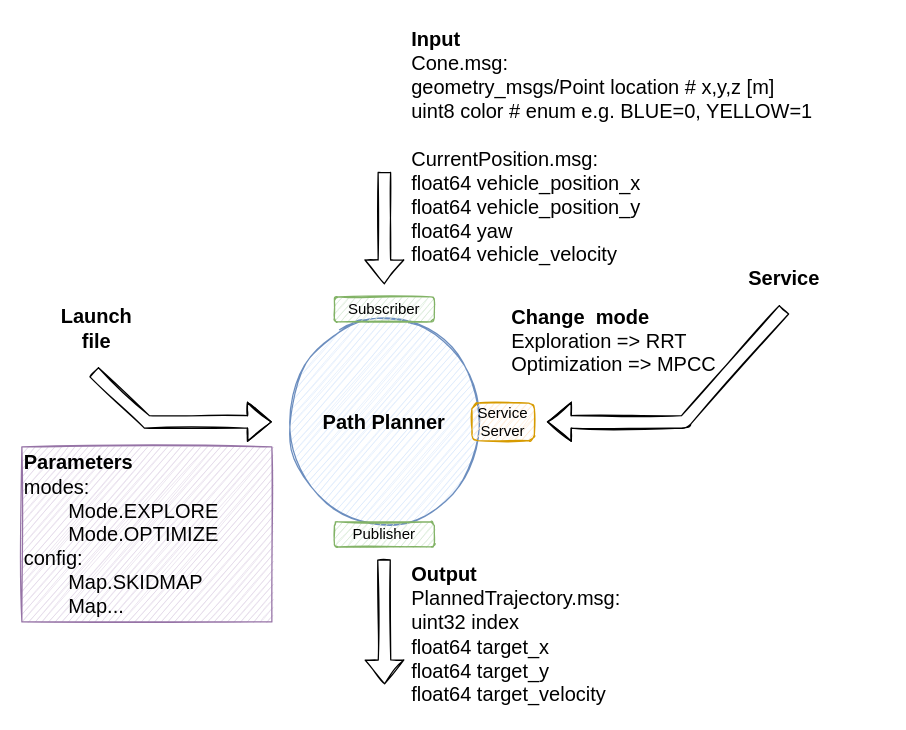
Above: ressources/figures/Path_Planning_ROS_Architecture_Draft.drawio in Beomar97/path-planning-docs (draw.io), before the change. Source tidied: cells renumbered, new cells numbered last; positions are measured from the earlier drawing's top-left corner, leaving out a move shared by most shapes. Both pictures are drawn from the tidied source at 125%, with x=0, y=0 at pixel (21, 21).
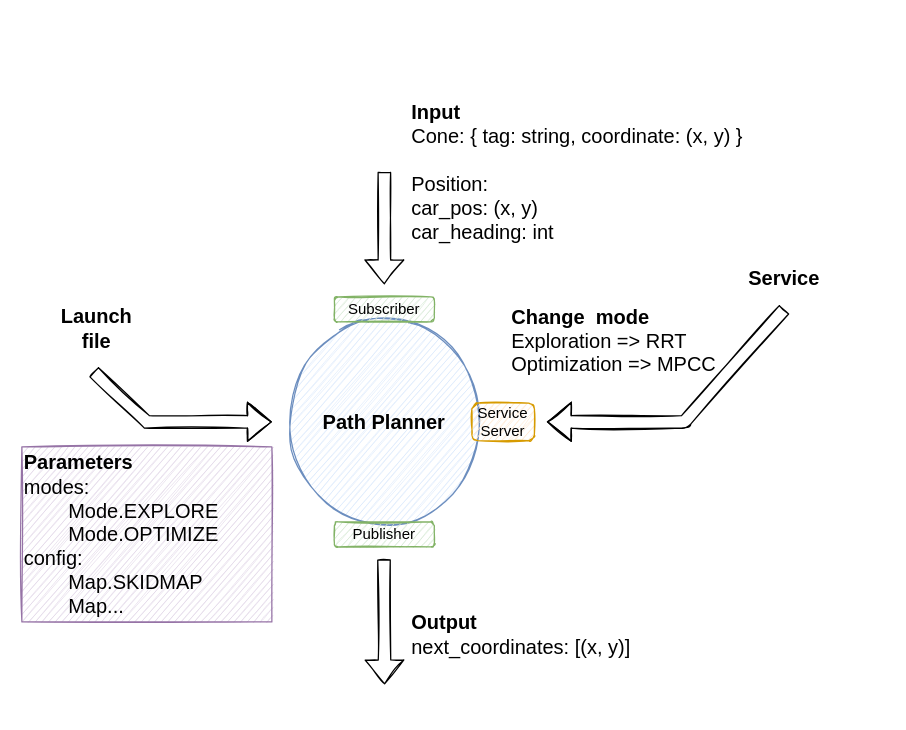
Above is the later version.

The edit, as a diff of the source:
```diff
@@
-    <mxCell id="8" value="&lt;b style=&quot;font-size: 16px&quot;&gt;Input&lt;/b&gt;&lt;br style=&quot;font-size: 16px&quot;&gt;Cone.msg:&lt;br&gt;geometry_msgs/Point location # x,y,z [m]&lt;br&gt;uint8 color # enum e.g. BLUE=0, YELLOW=1&lt;br&gt;&lt;br&gt;CurrentPosition.msg:&lt;br style=&quot;font-size: 16px&quot;&gt;float64 vehicle_position_x&lt;br&gt;float64 vehicle_position_y&lt;br&gt;float64 yaw&lt;br&gt;float64 vehicle_velocity" style="text;html=1;strokeColor=none;fillColor=none;align=left;verticalAlign=middle;whiteSpace=wrap;rounded=0;sketch=1;fontSize=16;" parent="1" vertex="1">
-      <mxGeometry x="310" width="380" height="200" as="geometry" />
+    <mxCell id="8" value="&lt;b style=&quot;font-size: 16px&quot;&gt;Input&lt;/b&gt;&lt;br style=&quot;font-size: 16px&quot;&gt;Cone: { tag: string, coordinate: (x, y) }&lt;br&gt;&lt;br&gt;Position:&lt;br&gt;car_pos: (x, y)&lt;br&gt;car_heading: int" style="text;html=1;strokeColor=none;fillColor=none;align=left;verticalAlign=middle;whiteSpace=wrap;rounded=0;sketch=1;fontSize=16;" parent="1" vertex="1">
+      <mxGeometry x="310" y="20" width="380" height="200" as="geometry" />
     </mxCell>
-    <mxCell id="9" value="&lt;b&gt;Output&lt;br&gt;&lt;/b&gt;PlannedTrajectory.msg:&lt;br&gt;uint32 index&lt;br&gt;float64 target_x&lt;br&gt;float64 target_y&lt;br&gt;float64 target_velocity" style="text;html=1;strokeColor=none;fillColor=none;align=left;verticalAlign=middle;whiteSpace=wrap;rounded=0;sketch=1;fontSize=16;" parent="1" vertex="1">
+    <mxCell id="9" value="&lt;b&gt;Output&lt;br&gt;&lt;/b&gt;next_coordinates: [(x, y)]" style="text;html=1;strokeColor=none;fillColor=none;align=left;verticalAlign=middle;whiteSpace=wrap;rounded=0;sketch=1;fontSize=16;" parent="1" vertex="1">
       <mxGeometry x="310" y="430" width="220" height="120" as="geometry" />
     </mxCell>
```
